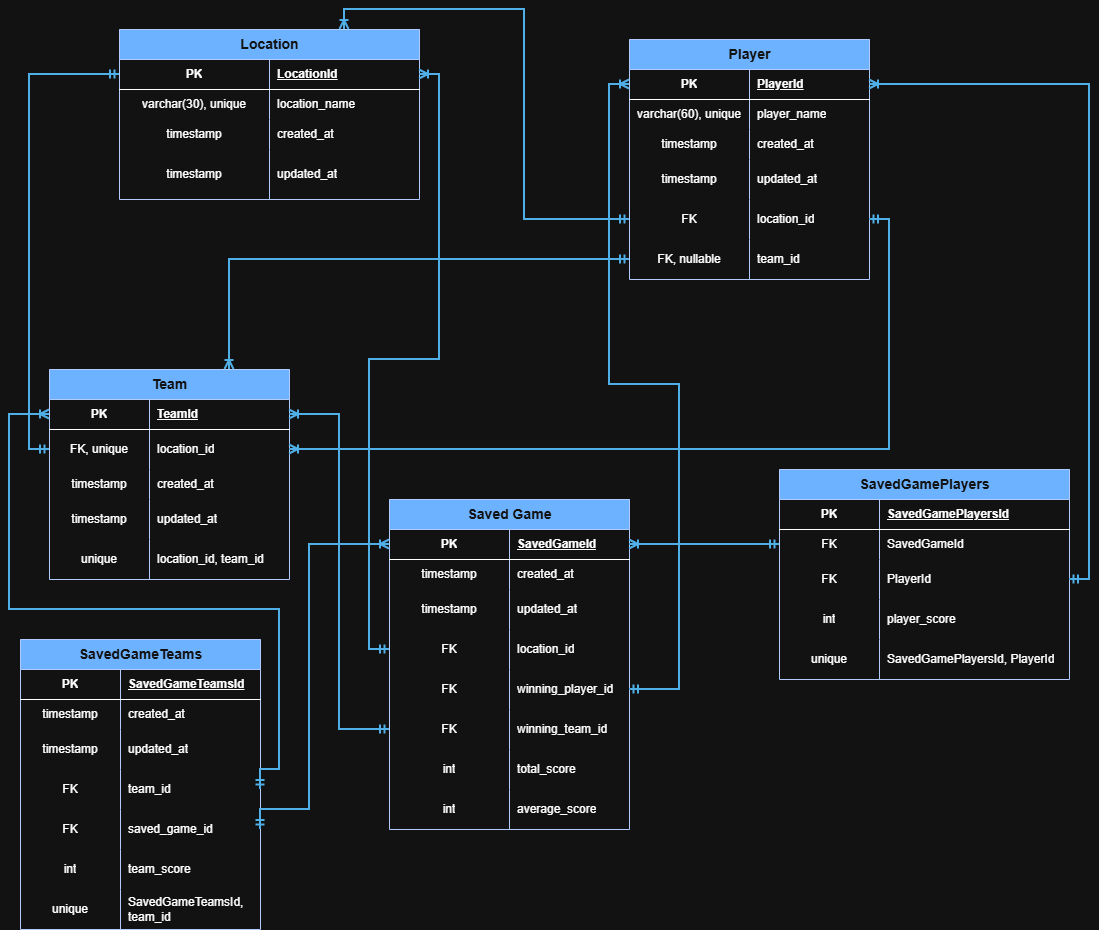
Earlier version of the draw.io export database/schema/jeopardyScoreBoard.png (darienmiller88/JeopardyScoreBoard-V2). Source tidied: cells renumbered, new cells last; positions are measured from the earlier drawing's top-left corner, leaving out a move shared by most shapes.
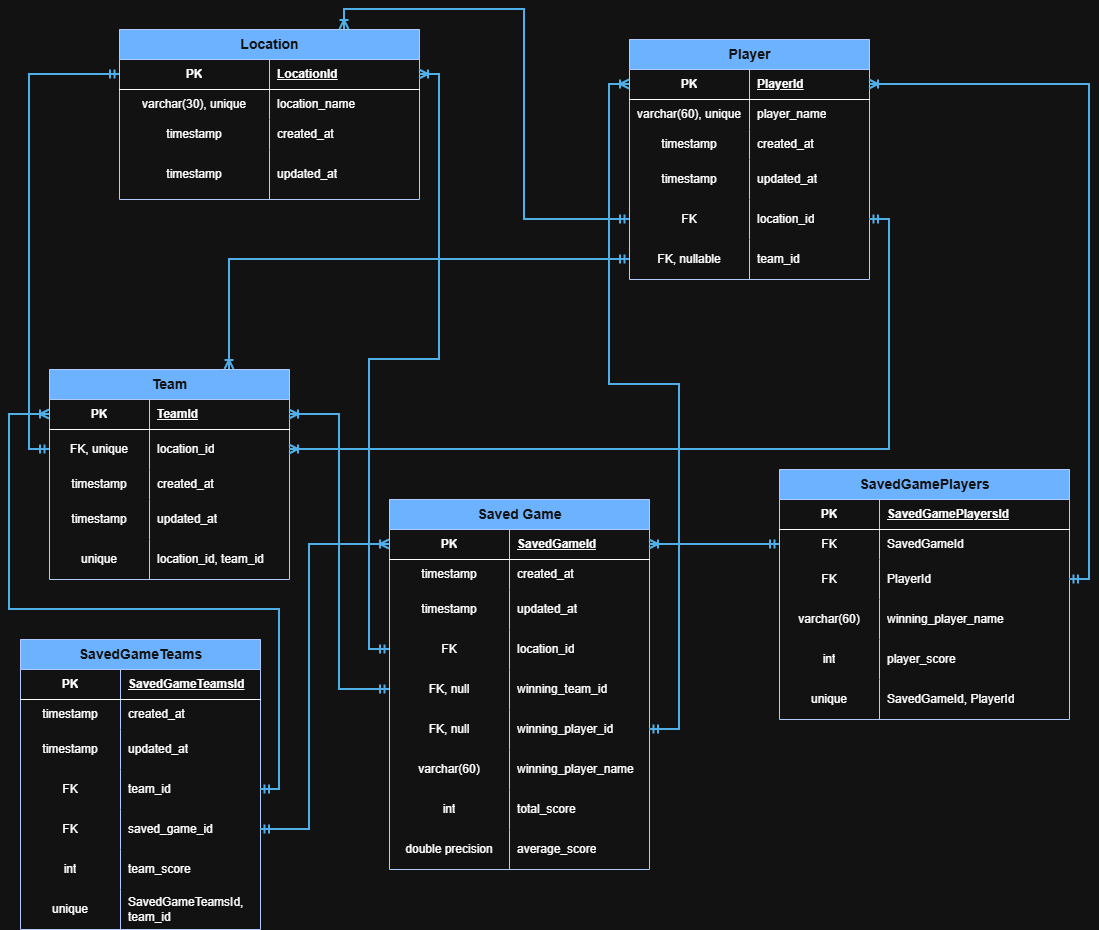
After the commit.

Commit message:
feat: final final db update i swear. had to set fks to players table for savedgames and savedgamesplayers to ON DELETE SET NULL

Diff of the diagram source:
```diff
@@ -150,85 +150,94 @@
       <mxGeometry relative="1" as="geometry" />
     </mxCell>
     <mxCell id="51" value="&lt;font style=&quot;font-size: 14px;&quot;&gt;Saved Game&lt;/font&gt;" style="shape=table;startSize=30;rowLines=0;fontStyle=1;align=center;html=1;fillColor=#0050ef;fontColor=#ffffff;strokeColor=#001DBC;" parent="1" vertex="1">
-      <mxGeometry x="380" y="470" width="240" height="330" as="geometry" />
+      <mxGeometry x="380" y="470" width="260" height="370" as="geometry" />
     </mxCell>
     <mxCell id="52" style="shape=tableRow;horizontal=0;startSize=0;swimlaneHead=0;swimlaneBody=0;fillColor=none;points=[[0,0.5],[1,0.5]];portConstraint=eastwest;top=0;left=0;right=0;bottom=1;" parent="51" vertex="1">
-      <mxGeometry y="30" width="240" height="30" as="geometry" />
+      <mxGeometry y="30" width="260" height="30" as="geometry" />
     </mxCell>
     <mxCell id="53" value="PK" style="shape=partialRectangle;fillColor=none;top=0;left=0;bottom=0;right=0;fontStyle=1;overflow=hidden;whiteSpace=wrap;html=1;" parent="52" vertex="1">
       <mxGeometry width="120" height="30" as="geometry" />
     </mxCell>
     <mxCell id="54" value="SavedGameId" style="shape=partialRectangle;fillColor=none;top=0;left=0;bottom=0;right=0;align=left;spacingLeft=6;fontStyle=5;overflow=hidden;whiteSpace=wrap;html=1;" parent="52" vertex="1">
-      <mxGeometry x="120" width="120" height="30" as="geometry" />
+      <mxGeometry x="120" width="140" height="30" as="geometry" />
     </mxCell>
     <mxCell id="55" style="shape=tableRow;horizontal=0;startSize=0;swimlaneHead=0;swimlaneBody=0;fillColor=none;top=0;left=0;right=0;bottom=0;" parent="51" vertex="1">
-      <mxGeometry y="60" width="240" height="30" as="geometry" />
+      <mxGeometry y="60" width="260" height="30" as="geometry" />
     </mxCell>
     <mxCell id="56" value="timestamp" style="shape=partialRectangle;fillColor=none;top=0;left=0;bottom=0;right=0;overflow=hidden;whiteSpace=wrap;html=1;" parent="55" vertex="1">
       <mxGeometry width="120" height="30" as="geometry" />
     </mxCell>
     <mxCell id="57" value="created_at" style="shape=partialRectangle;fillColor=none;top=0;left=0;bottom=0;right=0;align=left;spacingLeft=6;overflow=hidden;whiteSpace=wrap;html=1;" parent="55" vertex="1">
-      <mxGeometry x="120" width="120" height="30" as="geometry" />
+      <mxGeometry x="120" width="140" height="30" as="geometry" />
     </mxCell>
     <mxCell id="58" style="shape=tableRow;horizontal=0;startSize=0;swimlaneHead=0;swimlaneBody=0;fillColor=none;top=0;left=0;right=0;bottom=0;" parent="51" vertex="1">
-      <mxGeometry y="90" width="240" height="40" as="geometry" />
+      <mxGeometry y="90" width="260" height="40" as="geometry" />
     </mxCell>
     <mxCell id="59" value="timestamp" style="shape=partialRectangle;fillColor=none;top=0;left=0;bottom=0;right=0;overflow=hidden;whiteSpace=wrap;html=1;" parent="58" vertex="1">
       <mxGeometry width="120" height="40" as="geometry" />
     </mxCell>
     <mxCell id="60" value="updated_at" style="shape=partialRectangle;fillColor=none;top=0;left=0;bottom=0;right=0;align=left;spacingLeft=6;overflow=hidden;whiteSpace=wrap;html=1;" parent="58" vertex="1">
-      <mxGeometry x="120" width="120" height="40" as="geometry" />
+      <mxGeometry x="120" width="140" height="40" as="geometry" />
     </mxCell>
     <mxCell id="61" style="shape=tableRow;horizontal=0;startSize=0;swimlaneHead=0;swimlaneBody=0;fillColor=none;points=[[0,0.5],[1,0.5]];portConstraint=eastwest;top=0;left=0;right=0;bottom=0;" parent="51" vertex="1">
-      <mxGeometry y="130" width="240" height="40" as="geometry" />
+      <mxGeometry y="130" width="260" height="40" as="geometry" />
     </mxCell>
     <mxCell id="62" value="FK" style="shape=partialRectangle;fillColor=none;top=0;left=0;bottom=0;right=0;overflow=hidden;whiteSpace=wrap;html=1;" parent="61" vertex="1">
       <mxGeometry width="120" height="40" as="geometry" />
     </mxCell>
     <mxCell id="63" value="location_id" style="shape=partialRectangle;fillColor=none;top=0;left=0;bottom=0;right=0;align=left;spacingLeft=6;overflow=hidden;whiteSpace=wrap;html=1;" parent="61" vertex="1">
-      <mxGeometry x="120" width="120" height="40" as="geometry" />
+      <mxGeometry x="120" width="140" height="40" as="geometry" />
     </mxCell>
+    <mxCell id="67" style="shape=tableRow;horizontal=0;startSize=0;swimlaneHead=0;swimlaneBody=0;fillColor=none;points=[[0,0.5],[1,0.5]];portConstraint=eastwest;top=0;left=0;right=0;bottom=0;" parent="51" vertex="1">
+      <mxGeometry y="170" width="260" height="40" as="geometry" />
+    </mxCell>
+    <mxCell id="68" value="FK, null" style="shape=partialRectangle;fillColor=none;top=0;left=0;bottom=0;right=0;overflow=hidden;whiteSpace=wrap;html=1;" parent="67" vertex="1">
+      <mxGeometry width="120" height="40" as="geometry" />
+    </mxCell>
+    <mxCell id="69" value="winning_team_id" style="shape=partialRectangle;fillColor=none;top=0;left=0;bottom=0;right=0;align=left;spacingLeft=6;overflow=hidden;whiteSpace=wrap;html=1;" parent="67" vertex="1">
+      <mxGeometry x="120" width="140" height="40" as="geometry" />
+    </mxCell>
     <mxCell id="64" style="shape=tableRow;horizontal=0;startSize=0;swimlaneHead=0;swimlaneBody=0;fillColor=none;points=[[0,0.5],[1,0.5]];portConstraint=eastwest;top=0;left=0;right=0;bottom=0;" parent="51" vertex="1">
-      <mxGeometry y="170" width="240" height="40" as="geometry" />
+      <mxGeometry y="210" width="260" height="40" as="geometry" />
     </mxCell>
-    <mxCell id="65" value="FK" style="shape=partialRectangle;fillColor=none;top=0;left=0;bottom=0;right=0;overflow=hidden;whiteSpace=wrap;html=1;" parent="64" vertex="1">
+    <mxCell id="65" value="FK, null" style="shape=partialRectangle;fillColor=none;top=0;left=0;bottom=0;right=0;overflow=hidden;whiteSpace=wrap;html=1;" parent="64" vertex="1">
       <mxGeometry width="120" height="40" as="geometry" />
     </mxCell>
     <mxCell id="66" value="winning_player_id" style="shape=partialRectangle;fillColor=none;top=0;left=0;bottom=0;right=0;align=left;spacingLeft=6;overflow=hidden;whiteSpace=wrap;html=1;" parent="64" vertex="1">
-      <mxGeometry x="120" width="120" height="40" as="geometry" />
+      <mxGeometry x="120" width="140" height="40" as="geometry" />
     </mxCell>
-    <mxCell id="67" style="shape=tableRow;horizontal=0;startSize=0;swimlaneHead=0;swimlaneBody=0;fillColor=none;points=[[0,0.5],[1,0.5]];portConstraint=eastwest;top=0;left=0;right=0;bottom=0;" parent="51" vertex="1">
-      <mxGeometry y="210" width="240" height="40" as="geometry" />
-    </mxCell>
-    <mxCell id="68" value="FK" style="shape=partialRectangle;fillColor=none;top=0;left=0;bottom=0;right=0;overflow=hidden;whiteSpace=wrap;html=1;" parent="67" vertex="1">
-      <mxGeometry width="120" height="40" as="geometry" />
-    </mxCell>
-    <mxCell id="69" value="winning_team_id" style="shape=partialRectangle;fillColor=none;top=0;left=0;bottom=0;right=0;align=left;spacingLeft=6;overflow=hidden;whiteSpace=wrap;html=1;" parent="67" vertex="1">
-      <mxGeometry x="120" width="120" height="40" as="geometry" />
-    </mxCell>
+    <mxCell id="124" style="shape=tableRow;horizontal=0;startSize=0;swimlaneHead=0;swimlaneBody=0;fillColor=none;top=0;left=0;right=0;bottom=0;" parent="51" vertex="1">
+      <mxGeometry y="250" width="260" height="40" as="geometry" />
+    </mxCell>
+    <mxCell id="125" value="varchar(60)" style="shape=partialRectangle;fillColor=none;top=0;left=0;bottom=0;right=0;overflow=hidden;whiteSpace=wrap;html=1;" parent="124" vertex="1">
+      <mxGeometry width="120" height="40" as="geometry" />
+    </mxCell>
+    <mxCell id="126" value="winning_player_name" style="shape=partialRectangle;fillColor=none;top=0;left=0;bottom=0;right=0;align=left;spacingLeft=6;overflow=hidden;whiteSpace=wrap;html=1;" parent="124" vertex="1">
+      <mxGeometry x="120" width="140" height="40" as="geometry" />
+    </mxCell>
     <mxCell id="70" style="shape=tableRow;horizontal=0;startSize=0;swimlaneHead=0;swimlaneBody=0;fillColor=none;top=0;left=0;right=0;bottom=0;" parent="51" vertex="1">
-      <mxGeometry y="250" width="240" height="40" as="geometry" />
+      <mxGeometry y="290" width="260" height="40" as="geometry" />
     </mxCell>
     <mxCell id="71" value="int" style="shape=partialRectangle;fillColor=none;top=0;left=0;bottom=0;right=0;overflow=hidden;whiteSpace=wrap;html=1;" parent="70" vertex="1">
       <mxGeometry width="120" height="40" as="geometry" />
     </mxCell>
     <mxCell id="72" value="total_score" style="shape=partialRectangle;fillColor=none;top=0;left=0;bottom=0;right=0;align=left;spacingLeft=6;overflow=hidden;whiteSpace=wrap;html=1;" parent="70" vertex="1">
-      <mxGeometry x="120" width="120" height="40" as="geometry" />
+      <mxGeometry x="120" width="140" height="40" as="geometry" />
     </mxCell>
     <mxCell id="73" style="shape=tableRow;horizontal=0;startSize=0;swimlaneHead=0;swimlaneBody=0;fillColor=none;top=0;left=0;right=0;bottom=0;" parent="51" vertex="1">
-      <mxGeometry y="290" width="240" height="40" as="geometry" />
+      <mxGeometry y="330" width="260" height="40" as="geometry" />
     </mxCell>
-    <mxCell id="74" value="int" style="shape=partialRectangle;fillColor=none;top=0;left=0;bottom=0;right=0;overflow=hidden;whiteSpace=wrap;html=1;" parent="73" vertex="1">
+    <mxCell id="74" value="double precision" style="shape=partialRectangle;fillColor=none;top=0;left=0;bottom=0;right=0;overflow=hidden;whiteSpace=wrap;html=1;" parent="73" vertex="1">
       <mxGeometry width="120" height="40" as="geometry" />
     </mxCell>
     <mxCell id="75" value="average_score" style="shape=partialRectangle;fillColor=none;top=0;left=0;bottom=0;right=0;align=left;spacingLeft=6;overflow=hidden;whiteSpace=wrap;html=1;" parent="73" vertex="1">
-      <mxGeometry x="120" width="120" height="40" as="geometry" />
+      <mxGeometry x="120" width="140" height="40" as="geometry" />
     </mxCell>
     <mxCell id="76" style="edgeStyle=orthogonalEdgeStyle;rounded=0;jettySize=auto;html=1;exitX=0;exitY=0.5;exitDx=0;exitDy=0;entryX=1;entryY=0.5;entryDx=0;entryDy=0;endArrow=ERoneToMany;endFill=0;startArrow=ERmandOne;startFill=0;fillColor=#1ba1e2;strokeColor=#006EAF;strokeWidth=2;" parent="1" edge="1" source="61" target="3">
       <mxGeometry relative="1" as="geometry" />
     </mxCell>
     <mxCell id="77" value="&lt;font style=&quot;font-size: 14px;&quot;&gt;SavedGamePlayers&lt;/font&gt;" style="shape=table;startSize=30;rowLines=0;fontStyle=1;align=center;html=1;fillColor=#0050ef;fontColor=#ffffff;strokeColor=#001DBC;" parent="1" vertex="1">
-      <mxGeometry x="770" y="440" width="290" height="210" as="geometry" />
+      <mxGeometry x="770" y="440" width="290" height="250" as="geometry" />
     </mxCell>
     <mxCell id="78" style="shape=tableRow;horizontal=0;startSize=0;swimlaneHead=0;swimlaneBody=0;fillColor=none;top=0;left=0;right=0;bottom=1;" parent="77" vertex="1">
       <mxGeometry y="30" width="290" height="30" as="geometry" />
@@ -260,19 +269,28 @@
     <mxCell id="87" style="shape=tableRow;horizontal=0;startSize=0;swimlaneHead=0;swimlaneBody=0;fillColor=none;top=0;left=0;right=0;bottom=0;" parent="77" vertex="1">
       <mxGeometry y="130" width="290" height="40" as="geometry" />
     </mxCell>
-    <mxCell id="88" value="int" style="shape=partialRectangle;fillColor=none;top=0;left=0;bottom=0;right=0;overflow=hidden;whiteSpace=wrap;html=1;" parent="87" vertex="1">
+    <mxCell id="88" value="varchar(60)" style="shape=partialRectangle;fillColor=none;top=0;left=0;bottom=0;right=0;overflow=hidden;whiteSpace=wrap;html=1;" parent="87" vertex="1">
       <mxGeometry width="100" height="40" as="geometry" />
     </mxCell>
-    <mxCell id="89" value="player_score" style="shape=partialRectangle;fillColor=none;top=0;left=0;bottom=0;right=0;align=left;spacingLeft=6;overflow=hidden;whiteSpace=wrap;html=1;" parent="87" vertex="1">
+    <mxCell id="89" value="winning_player_name" style="shape=partialRectangle;fillColor=none;top=0;left=0;bottom=0;right=0;align=left;spacingLeft=6;overflow=hidden;whiteSpace=wrap;html=1;" parent="87" vertex="1">
       <mxGeometry x="100" width="190" height="40" as="geometry" />
     </mxCell>
+    <mxCell id="127" style="shape=tableRow;horizontal=0;startSize=0;swimlaneHead=0;swimlaneBody=0;fillColor=none;top=0;left=0;right=0;bottom=0;" parent="77" vertex="1">
+      <mxGeometry y="170" width="290" height="40" as="geometry" />
+    </mxCell>
+    <mxCell id="128" value="int" style="shape=partialRectangle;fillColor=none;top=0;left=0;bottom=0;right=0;overflow=hidden;whiteSpace=wrap;html=1;" parent="127" vertex="1">
+      <mxGeometry width="100" height="40" as="geometry" />
+    </mxCell>
+    <mxCell id="129" value="player_score" style="shape=partialRectangle;fillColor=none;top=0;left=0;bottom=0;right=0;align=left;spacingLeft=6;overflow=hidden;whiteSpace=wrap;html=1;" parent="127" vertex="1">
+      <mxGeometry x="100" width="190" height="40" as="geometry" />
+    </mxCell>
     <mxCell id="90" style="shape=tableRow;horizontal=0;startSize=0;swimlaneHead=0;swimlaneBody=0;fillColor=none;top=0;left=0;right=0;bottom=0;" parent="77" vertex="1">
-      <mxGeometry y="170" width="290" height="40" as="geometry" />
+      <mxGeometry y="210" width="290" height="40" as="geometry" />
     </mxCell>
     <mxCell id="91" value="unique" style="shape=partialRectangle;fillColor=none;top=0;left=0;bottom=0;right=0;overflow=hidden;whiteSpace=wrap;html=1;" parent="90" vertex="1">
       <mxGeometry width="100" height="40" as="geometry" />
     </mxCell>
-    <mxCell id="92" value="SavedGamePlayersId, PlayerId" style="shape=partialRectangle;fillColor=none;top=0;left=0;bottom=0;right=0;align=left;spacingLeft=6;overflow=hidden;whiteSpace=wrap;html=1;" parent="90" vertex="1">
+    <mxCell id="92" value="SavedGameId, PlayerId" style="shape=partialRectangle;fillColor=none;top=0;left=0;bottom=0;right=0;align=left;spacingLeft=6;overflow=hidden;whiteSpace=wrap;html=1;" parent="90" vertex="1">
       <mxGeometry x="100" width="190" height="40" as="geometry" />
     </mxCell>
     <mxCell id="93" style="edgeStyle=orthogonalEdgeStyle;rounded=0;jettySize=auto;html=1;exitX=0;exitY=0.5;exitDx=0;exitDy=0;entryX=1;entryY=0.5;entryDx=0;entryDy=0;endArrow=ERoneToMany;endFill=0;startArrow=ERmandOne;startFill=0;fillColor=#1ba1e2;strokeColor=#006EAF;strokeWidth=2;" parent="1" edge="1" source="81" target="52">
@@ -350,7 +368,7 @@
     <mxCell id="117" style="edgeStyle=orthogonalEdgeStyle;rounded=0;jettySize=auto;html=1;exitX=1;exitY=0.5;exitDx=0;exitDy=0;entryX=0;entryY=0.5;entryDx=0;entryDy=0;endArrow=ERoneToMany;endFill=0;startArrow=ERmandOne;startFill=0;strokeWidth=2;fillColor=#1ba1e2;strokeColor=#006EAF;" parent="1" edge="1" source="64" target="16">
       <mxGeometry relative="1" as="geometry">
         <Array as="points">
-          <mxPoint x="670" y="660" />
+          <mxPoint x="670" y="700" />
           <mxPoint x="670" y="355" />
           <mxPoint x="600" y="355" />
           <mxPoint x="600" y="55" />
@@ -369,8 +387,7 @@
     <mxCell id="121" style="edgeStyle=orthogonalEdgeStyle;rounded=0;jettySize=auto;html=1;exitX=1;exitY=0.5;exitDx=0;exitDy=0;entryX=0;entryY=0.5;entryDx=0;entryDy=0;endArrow=ERoneToMany;endFill=0;startArrow=ERmandOne;startFill=0;fillColor=#1ba1e2;strokeColor=#006EAF;strokeWidth=2;" parent="1" edge="1" source="105" target="35">
       <mxGeometry relative="1" as="geometry">
         <Array as="points">
-          <mxPoint x="251" y="740" />
-          <mxPoint x="270" y="740" />
+          <mxPoint x="270" y="760" />
           <mxPoint x="270" y="580" />
           <mxPoint y="580" />
           <mxPoint y="385" />
@@ -380,7 +397,7 @@
     <mxCell id="122" style="edgeStyle=orthogonalEdgeStyle;rounded=0;jettySize=auto;html=1;exitX=1;exitY=0.5;exitDx=0;exitDy=0;entryX=0;entryY=0.5;entryDx=0;entryDy=0;endArrow=ERoneToMany;endFill=0;startArrow=ERmandOne;startFill=0;strokeWidth=2;fillColor=#1ba1e2;strokeColor=#006EAF;" parent="1" edge="1" source="108" target="52">
       <mxGeometry relative="1" as="geometry">
         <Array as="points">
-          <mxPoint x="300" y="780" />
+          <mxPoint x="300" y="800" />
           <mxPoint x="300" y="515" />
         </Array>
       </mxGeometry>
```
